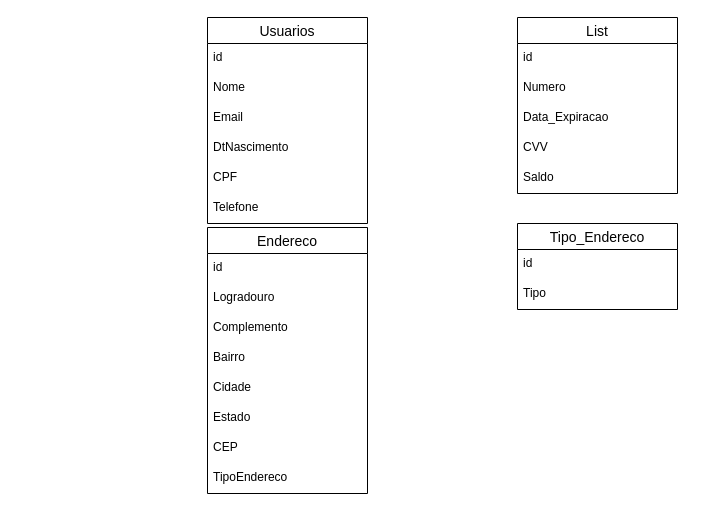
This is Usuarios.drawio from mateuscarestiato/Ecommerce, a draw.io file, before an edit. Source tidied: cells renumbered, new cells numbered last; positions are measured from the earlier drawing's top-left corner, leaving out a move shared by most shapes. Both pictures are drawn from the tidied source at 100%, with x=0, y=0 at pixel (207, 17).
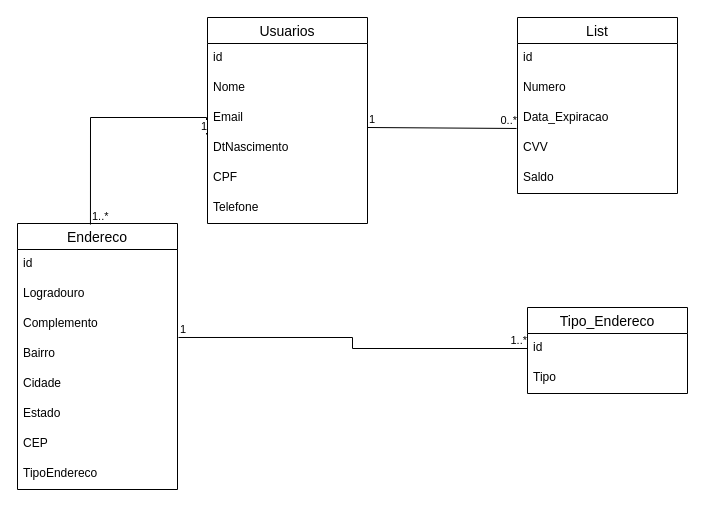
The same page after the edit.

Unchanged cells that the change refers to:
```xml
<mxCell id="6" value="DtNascimento" style="text;strokeColor=none;fillColor=none;spacingLeft=4;spacingRight=4;overflow=hidden;points=[[0,0.5],[1,0.5]];portConstraint=eastwest;fontSize=12;whiteSpace=wrap;html=1;" parent="2" vertex="1">
  <mxGeometry y="116" width="160" height="30" as="geometry" />
</mxCell>
<mxCell id="13" value="Bairro" style="text;strokeColor=none;fillColor=none;spacingLeft=4;spacingRight=4;overflow=hidden;points=[[0,0.5],[1,0.5]];portConstraint=eastwest;fontSize=12;whiteSpace=wrap;html=1;" parent="9" vertex="1">
  <mxGeometry y="116" width="160" height="30" as="geometry" />
</mxCell>
<mxCell id="21" value="Data_Expiracao" style="text;strokeColor=none;fillColor=none;spacingLeft=4;spacingRight=4;overflow=hidden;points=[[0,0.5],[1,0.5]];portConstraint=eastwest;fontSize=12;whiteSpace=wrap;html=1;" parent="18" vertex="1">
  <mxGeometry y="86" width="160" height="30" as="geometry" />
</mxCell>
<mxCell id="25" value="id" style="text;strokeColor=none;fillColor=none;spacingLeft=4;spacingRight=4;overflow=hidden;points=[[0,0.5],[1,0.5]];portConstraint=eastwest;fontSize=12;whiteSpace=wrap;html=1;" parent="24" vertex="1">
  <mxGeometry y="26" width="160" height="30" as="geometry" />
</mxCell>
```

Diff of the diagram source:
```diff
@@
     <mxCell id="9" value="Endereco" style="swimlane;fontStyle=0;horizontal=1;startSize=26;align=center;fontSize=14;" parent="1" vertex="1">
-      <mxGeometry y="210" width="160" height="266" as="geometry" />
+      <mxGeometry x="-190" y="206" width="160" height="266" as="geometry" />
     </mxCell>
@@
     <mxCell id="24" value="Tipo_Endereco" style="swimlane;fontStyle=0;horizontal=1;startSize=26;align=center;fontSize=14;" parent="1" vertex="1">
-      <mxGeometry x="310" y="206" width="160" height="86" as="geometry" />
+      <mxGeometry x="320" y="290" width="160" height="86" as="geometry" />
     </mxCell>
@@
+    <mxCell id="27" style="endArrow=none;html=1;edgeStyle=orthogonalEdgeStyle;rounded=0;entryX=-0.006;entryY=0.833;entryDx=0;entryDy=0;entryPerimeter=0;" parent="1" edge="1" target="21">
+      <mxGeometry relative="1" as="geometry">
+        <mxPoint x="160" y="110" as="sourcePoint" />
+      </mxGeometry>
+    </mxCell>
+    <mxCell id="28" value="1" style="edgeLabel;html=1;align=left;verticalAlign=bottom;" parent="27" vertex="1">
+      <mxGeometry x="-1" relative="1" as="geometry" />
+    </mxCell>
+    <mxCell id="29" value="0..*" style="edgeLabel;html=1;align=right;verticalAlign=bottom;" parent="27" vertex="1">
+      <mxGeometry x="1" relative="1" as="geometry">
+        <mxPoint x="1" as="offset" />
+      </mxGeometry>
+    </mxCell>
+    <mxCell id="30" style="endArrow=none;html=1;edgeStyle=orthogonalEdgeStyle;rounded=0;entryX=0;entryY=0.5;entryDx=0;entryDy=0;exitX=1.006;exitY=-0.067;exitDx=0;exitDy=0;exitPerimeter=0;" parent="1" edge="1" source="13" target="25">
+      <mxGeometry relative="1" as="geometry" />
+    </mxCell>
+    <mxCell id="31" value="1" style="edgeLabel;html=1;align=left;verticalAlign=bottom;" parent="30" vertex="1">
+      <mxGeometry x="-1" relative="1" as="geometry" />
+    </mxCell>
+    <mxCell id="32" value="1..*" style="edgeLabel;html=1;align=right;verticalAlign=bottom;" parent="30" vertex="1">
+      <mxGeometry x="1" relative="1" as="geometry" />
+    </mxCell>
+    <mxCell id="33" style="endArrow=none;html=1;edgeStyle=orthogonalEdgeStyle;rounded=0;entryX=-0.006;entryY=0.033;entryDx=0;entryDy=0;entryPerimeter=0;exitX=0.456;exitY=0.004;exitDx=0;exitDy=0;exitPerimeter=0;" parent="1" edge="1" source="9" target="6">
+      <mxGeometry relative="1" as="geometry">
+        <Array as="points">
+          <mxPoint x="-117" y="100" />
+          <mxPoint x="-1" y="100" />
+        </Array>
+      </mxGeometry>
+    </mxCell>
+    <mxCell id="34" value="1..*" style="edgeLabel;html=1;align=left;verticalAlign=bottom;" parent="33" vertex="1">
+      <mxGeometry x="-1" relative="1" as="geometry" />
+    </mxCell>
+    <mxCell id="35" value="1" style="edgeLabel;html=1;align=right;verticalAlign=bottom;" parent="33" vertex="1">
+      <mxGeometry x="1" relative="1" as="geometry">
+        <mxPoint x="1" as="offset" />
+      </mxGeometry>
+    </mxCell>
```
